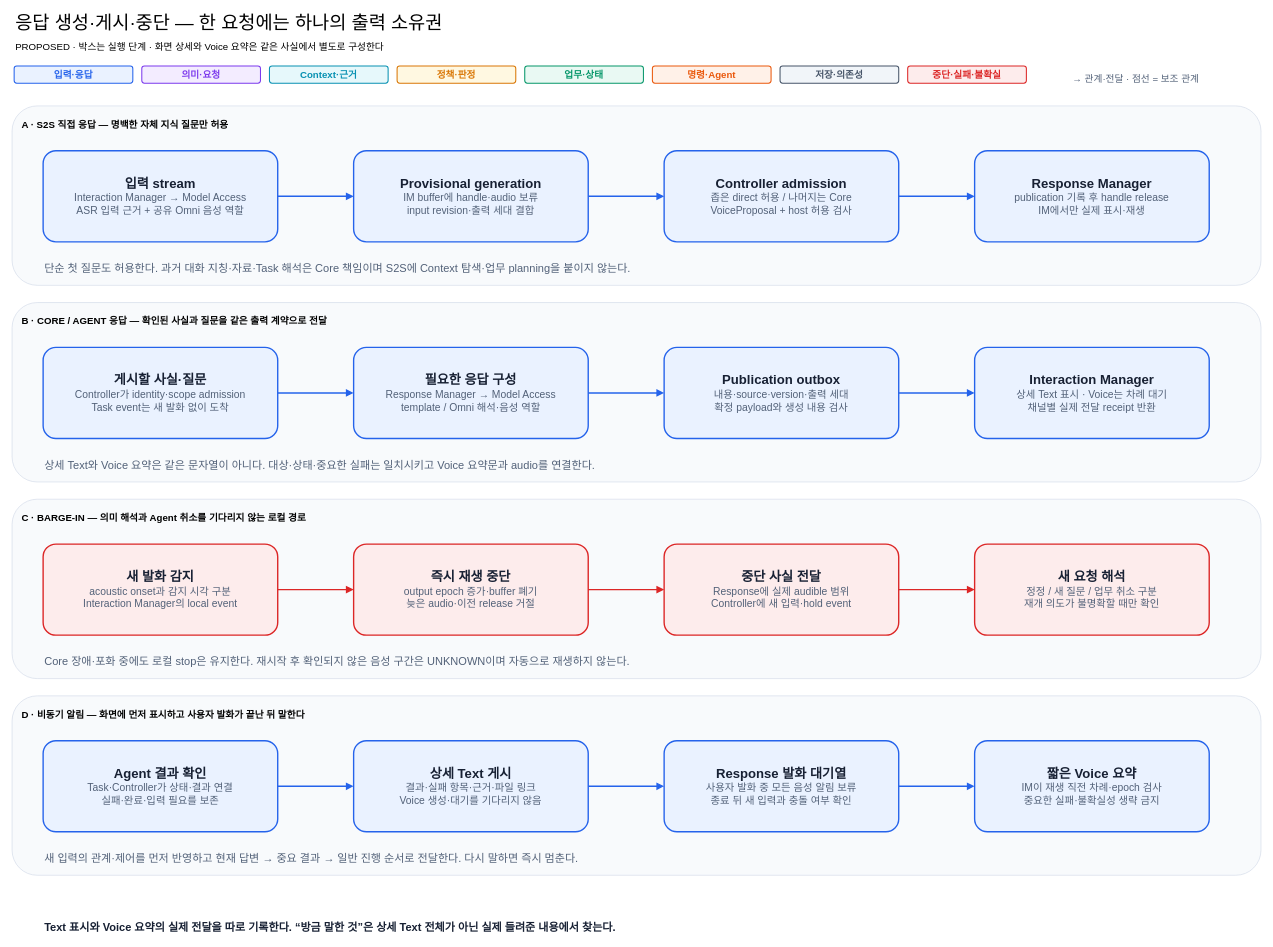
The draw.io diagram docs/architecture/12-decisions/target-architecture/diagrams/08-response-and-interruption.drawio in cbyche/via-sw-architecture, before the edit. Source tidied: cells renumbered, new cells numbered last; positions are measured from the earlier drawing's top-left corner, leaving out a move shared by most shapes. Both pictures are drawn from the tidied source at 69%, with x=0, y=0 at pixel (12, 12).
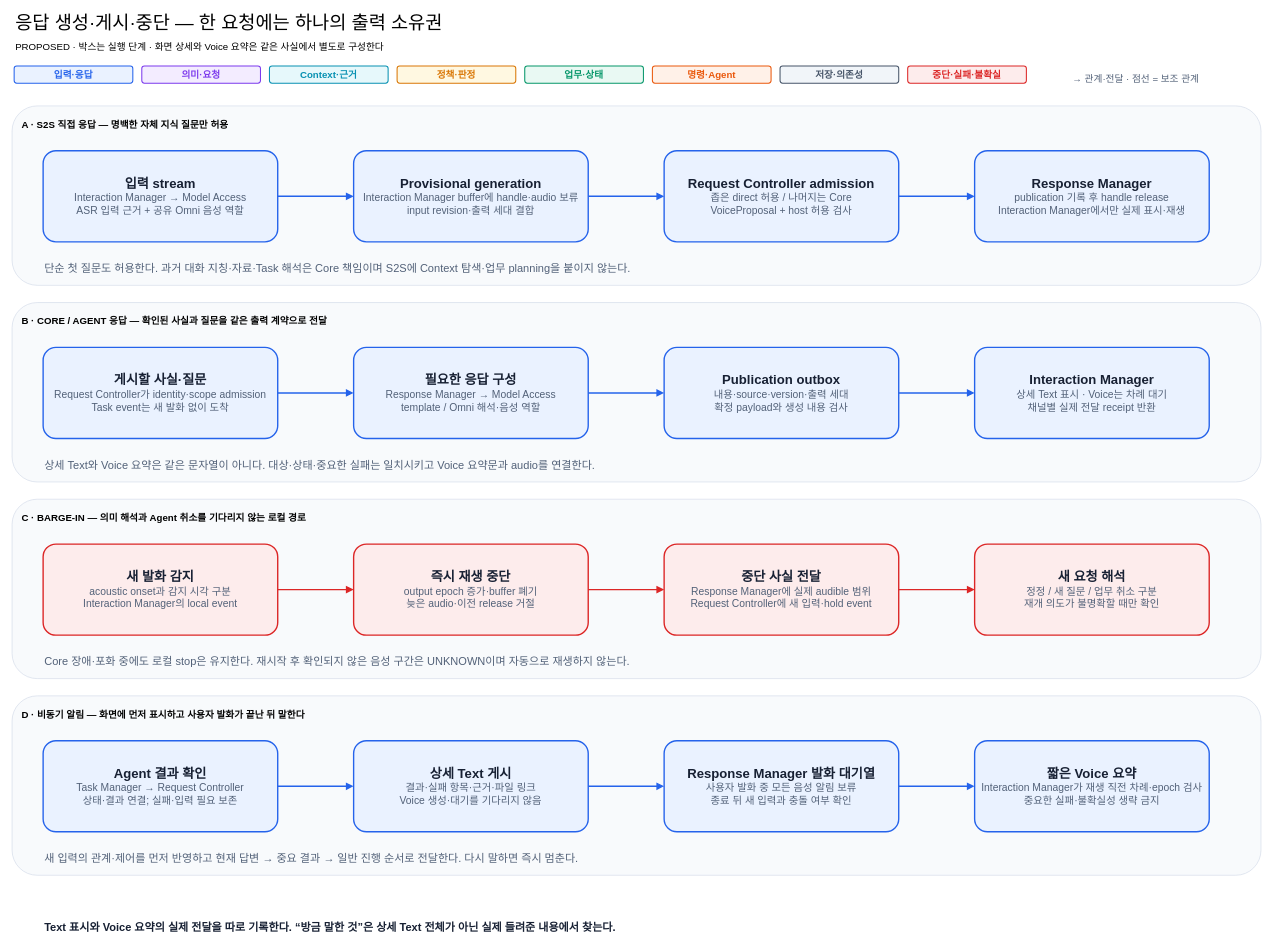
The same diagram, later.

What changed in the source:
```diff
@@
-    <mxCell id="7" value="&lt;div style='font-size:19px;font-weight:bold'&gt;Provisional generation&lt;/div&gt;&lt;div style='font-size:15px;color:#526178'&gt;IM buffer에 handle·audio 보류&lt;/div&gt;&lt;div style='font-size:15px;color:#526178'&gt;input revision·출력 세대 결합&lt;/div&gt;" style="shape=rectangle;rounded=1;whiteSpace=wrap;html=1;fillColor=#EAF2FF;strokeColor=#2563EB;strokeWidth=2;fontColor=#172033;dashed=0;arcSize=14;spacing=10;" parent="1" vertex="1">
+    <mxCell id="7" value="&lt;div style='font-size:19px;font-weight:bold'&gt;Provisional generation&lt;/div&gt;&lt;div style='font-size:15px;color:#526178'&gt;Interaction Manager buffer에 handle·audio 보류&lt;/div&gt;&lt;div style='font-size:15px;color:#526178'&gt;input revision·출력 세대 결합&lt;/div&gt;" style="shape=rectangle;rounded=1;whiteSpace=wrap;html=1;fillColor=#EAF2FF;strokeColor=#2563EB;strokeWidth=2;fontColor=#172033;dashed=0;arcSize=14;spacing=10;" parent="1" vertex="1">
       <mxGeometry x="495" y="200" width="340" height="132" as="geometry" />
     </mxCell>
-    <mxCell id="8" value="&lt;div style='font-size:19px;font-weight:bold'&gt;Controller admission&lt;/div&gt;&lt;div style='font-size:15px;color:#526178'&gt;좁은 direct 허용 / 나머지는 Core&lt;/div&gt;&lt;div style='font-size:15px;color:#526178'&gt;VoiceProposal + host 허용 검사&lt;/div&gt;" style="shape=rectangle;rounded=1;whiteSpace=wrap;html=1;fillColor=#EAF2FF;strokeColor=#2563EB;strokeWidth=2;fontColor=#172033;dashed=0;arcSize=14;spacing=10;" parent="1" vertex="1">
+    <mxCell id="8" value="&lt;div style='font-size:19px;font-weight:bold'&gt;Request Controller admission&lt;/div&gt;&lt;div style='font-size:15px;color:#526178'&gt;좁은 direct 허용 / 나머지는 Core&lt;/div&gt;&lt;div style='font-size:15px;color:#526178'&gt;VoiceProposal + host 허용 검사&lt;/div&gt;" style="shape=rectangle;rounded=1;whiteSpace=wrap;html=1;fillColor=#EAF2FF;strokeColor=#2563EB;strokeWidth=2;fontColor=#172033;dashed=0;arcSize=14;spacing=10;" parent="1" vertex="1">
       <mxGeometry x="945" y="200" width="340" height="132" as="geometry" />
     </mxCell>
-    <mxCell id="9" value="&lt;div style='font-size:19px;font-weight:bold'&gt;Response Manager&lt;/div&gt;&lt;div style='font-size:15px;color:#526178'&gt;publication 기록 후 handle release&lt;/div&gt;&lt;div style='font-size:15px;color:#526178'&gt;IM에서만 실제 표시·재생&lt;/div&gt;" style="shape=rectangle;rounded=1;whiteSpace=wrap;html=1;fillColor=#EAF2FF;strokeColor=#2563EB;strokeWidth=2;fontColor=#172033;dashed=0;arcSize=14;spacing=10;" parent="1" vertex="1">
+    <mxCell id="9" value="&lt;div style='font-size:19px;font-weight:bold'&gt;Response Manager&lt;/div&gt;&lt;div style='font-size:15px;color:#526178'&gt;publication 기록 후 handle release&lt;/div&gt;&lt;div style='font-size:15px;color:#526178'&gt;Interaction Manager에서만 실제 표시·재생&lt;/div&gt;" style="shape=rectangle;rounded=1;whiteSpace=wrap;html=1;fillColor=#EAF2FF;strokeColor=#2563EB;strokeWidth=2;fontColor=#172033;dashed=0;arcSize=14;spacing=10;" parent="1" vertex="1">
       <mxGeometry x="1395" y="200" width="340" height="132" as="geometry" />
     </mxCell>
-    <mxCell id="10" value="&lt;div style='font-size:19px;font-weight:bold'&gt;게시할 사실·질문&lt;/div&gt;&lt;div style='font-size:15px;color:#526178'&gt;Controller가 identity·scope admission&lt;/div&gt;&lt;div style='font-size:15px;color:#526178'&gt;Task event는 새 발화 없이 도착&lt;/div&gt;" style="shape=rectangle;rounded=1;whiteSpace=wrap;html=1;fillColor=#EAF2FF;strokeColor=#2563EB;strokeWidth=2;fontColor=#172033;dashed=0;arcSize=14;spacing=10;" parent="1" vertex="1">
+    <mxCell id="10" value="&lt;div style='font-size:19px;font-weight:bold'&gt;게시할 사실·질문&lt;/div&gt;&lt;div style='font-size:15px;color:#526178'&gt;Request Controller가 identity·scope admission&lt;/div&gt;&lt;div style='font-size:15px;color:#526178'&gt;Task event는 새 발화 없이 도착&lt;/div&gt;" style="shape=rectangle;rounded=1;whiteSpace=wrap;html=1;fillColor=#EAF2FF;strokeColor=#2563EB;strokeWidth=2;fontColor=#172033;dashed=0;arcSize=14;spacing=10;" parent="1" vertex="1">
       <mxGeometry x="45" y="485" width="340" height="132" as="geometry" />
     </mxCell>
@@
-    <mxCell id="16" value="&lt;div style='font-size:19px;font-weight:bold'&gt;중단 사실 전달&lt;/div&gt;&lt;div style='font-size:15px;color:#526178'&gt;Response에 실제 audible 범위&lt;/div&gt;&lt;div style='font-size:15px;color:#526178'&gt;Controller에 새 입력·hold event&lt;/div&gt;" style="shape=rectangle;rounded=1;whiteSpace=wrap;html=1;fillColor=#FDECEC;strokeColor=#DC2626;strokeWidth=2;fontColor=#172033;dashed=0;arcSize=14;spacing=10;" parent="1" vertex="1">
+    <mxCell id="16" value="&lt;div style='font-size:19px;font-weight:bold'&gt;중단 사실 전달&lt;/div&gt;&lt;div style='font-size:15px;color:#526178'&gt;Response Manager에 실제 audible 범위&lt;/div&gt;&lt;div style='font-size:15px;color:#526178'&gt;Request Controller에 새 입력·hold event&lt;/div&gt;" style="shape=rectangle;rounded=1;whiteSpace=wrap;html=1;fillColor=#FDECEC;strokeColor=#DC2626;strokeWidth=2;fontColor=#172033;dashed=0;arcSize=14;spacing=10;" parent="1" vertex="1">
       <mxGeometry x="945" y="770" width="340" height="132" as="geometry" />
     </mxCell>
@@
-    <mxCell id="18" value="&lt;div style='font-size:19px;font-weight:bold'&gt;Agent 결과 확인&lt;/div&gt;&lt;div style='font-size:15px;color:#526178'&gt;Task·Controller가 상태·결과 연결&lt;/div&gt;&lt;div style='font-size:15px;color:#526178'&gt;실패·완료·입력 필요를 보존&lt;/div&gt;" style="shape=rectangle;rounded=1;whiteSpace=wrap;html=1;fillColor=#EAF2FF;strokeColor=#2563EB;strokeWidth=2;fontColor=#172033;dashed=0;arcSize=14;spacing=10;" parent="1" vertex="1">
+    <mxCell id="18" value="&lt;div style='font-size:19px;font-weight:bold'&gt;Agent 결과 확인&lt;/div&gt;&lt;div style='font-size:15px;color:#526178'&gt;Task Manager → Request Controller&lt;/div&gt;&lt;div style='font-size:15px;color:#526178'&gt;상태·결과 연결; 실패·입력 필요 보존&lt;/div&gt;" style="shape=rectangle;rounded=1;whiteSpace=wrap;html=1;fillColor=#EAF2FF;strokeColor=#2563EB;strokeWidth=2;fontColor=#172033;dashed=0;arcSize=14;spacing=10;" parent="1" vertex="1">
       <mxGeometry x="45" y="1055" width="340" height="132" as="geometry" />
     </mxCell>
@@
-    <mxCell id="20" value="&lt;div style='font-size:19px;font-weight:bold'&gt;Response 발화 대기열&lt;/div&gt;&lt;div style='font-size:15px;color:#526178'&gt;사용자 발화 중 모든 음성 알림 보류&lt;/div&gt;&lt;div style='font-size:15px;color:#526178'&gt;종료 뒤 새 입력과 충돌 여부 확인&lt;/div&gt;" style="shape=rectangle;rounded=1;whiteSpace=wrap;html=1;fillColor=#EAF2FF;strokeColor=#2563EB;strokeWidth=2;fontColor=#172033;dashed=0;arcSize=14;spacing=10;" parent="1" vertex="1">
+    <mxCell id="20" value="&lt;div style='font-size:19px;font-weight:bold'&gt;Response Manager 발화 대기열&lt;/div&gt;&lt;div style='font-size:15px;color:#526178'&gt;사용자 발화 중 모든 음성 알림 보류&lt;/div&gt;&lt;div style='font-size:15px;color:#526178'&gt;종료 뒤 새 입력과 충돌 여부 확인&lt;/div&gt;" style="shape=rectangle;rounded=1;whiteSpace=wrap;html=1;fillColor=#EAF2FF;strokeColor=#2563EB;strokeWidth=2;fontColor=#172033;dashed=0;arcSize=14;spacing=10;" parent="1" vertex="1">
       <mxGeometry x="945" y="1055" width="340" height="132" as="geometry" />
     </mxCell>
-    <mxCell id="21" value="&lt;div style='font-size:19px;font-weight:bold'&gt;짧은 Voice 요약&lt;/div&gt;&lt;div style='font-size:15px;color:#526178'&gt;IM이 재생 직전 차례·epoch 검사&lt;/div&gt;&lt;div style='font-size:15px;color:#526178'&gt;중요한 실패·불확실성 생략 금지&lt;/div&gt;" style="shape=rectangle;rounded=1;whiteSpace=wrap;html=1;fillColor=#EAF2FF;strokeColor=#2563EB;strokeWidth=2;fontColor=#172033;dashed=0;arcSize=14;spacing=10;" parent="1" vertex="1">
+    <mxCell id="21" value="&lt;div style='font-size:19px;font-weight:bold'&gt;짧은 Voice 요약&lt;/div&gt;&lt;div style='font-size:15px;color:#526178'&gt;Interaction Manager가 재생 직전 차례·epoch 검사&lt;/div&gt;&lt;div style='font-size:15px;color:#526178'&gt;중요한 실패·불확실성 생략 금지&lt;/div&gt;" style="shape=rectangle;rounded=1;whiteSpace=wrap;html=1;fillColor=#EAF2FF;strokeColor=#2563EB;strokeWidth=2;fontColor=#172033;dashed=0;arcSize=14;spacing=10;" parent="1" vertex="1">
       <mxGeometry x="1395" y="1055" width="340" height="132" as="geometry" />
     </mxCell>
```
